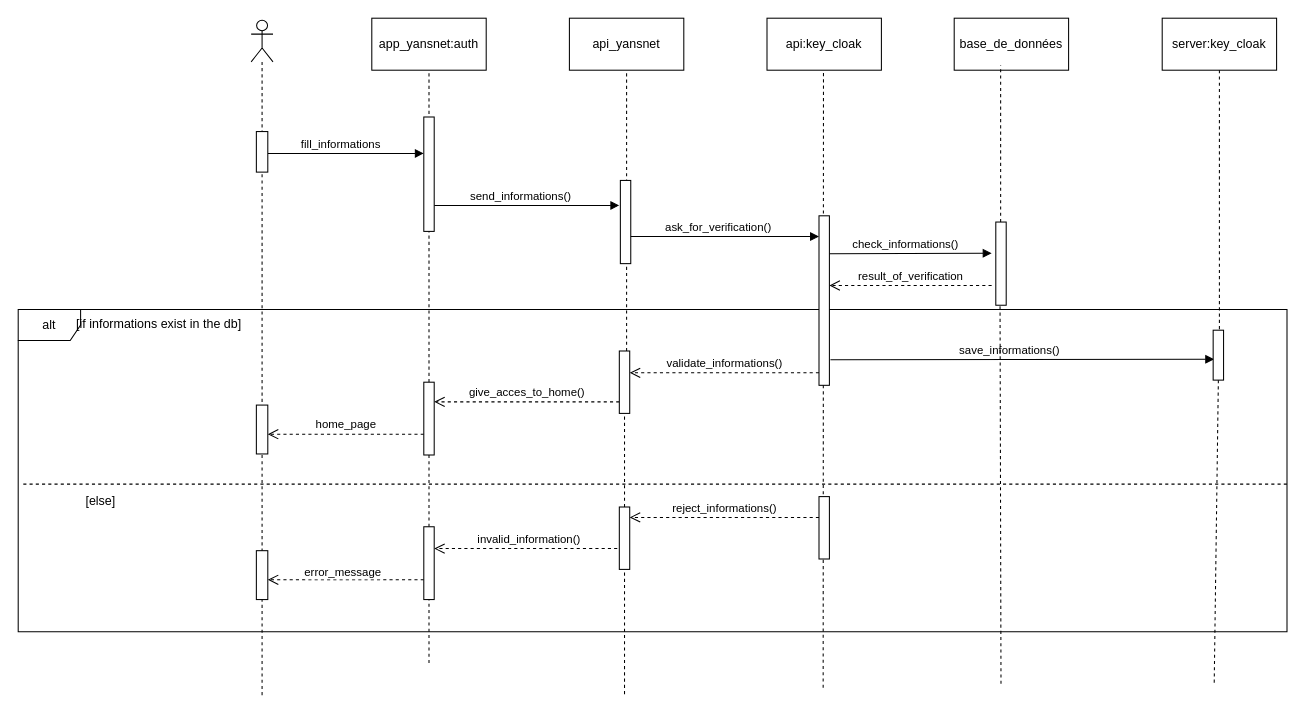
Before: authentification's sequence.drawio in etsia-x-26/yansnet, a draw.io diagram. Source tidied: cells renumbered, new cells numbered last; positions are measured from the earlier drawing's top-left corner, leaving out a move shared by most shapes. Both pictures are drawn from the tidied source at 104%, with x=0, y=0 at pixel (18, 18).
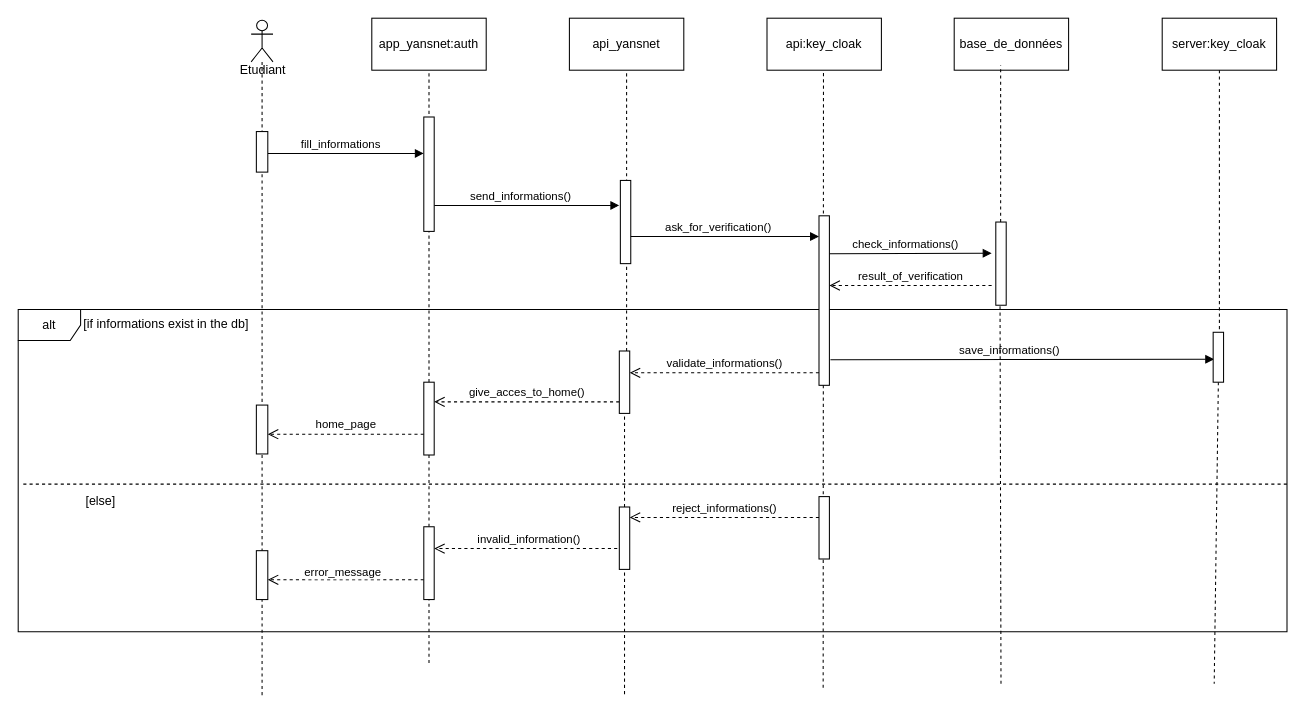
The same page after the edit.

Commit message:
Mettre à jour authentification's sequence.drawio

Diff of the diagram source:
```diff
@@
     <mxCell id="11" value="&lt;font style=&quot;font-size: 12px;&quot;&gt;[if informations exist in the db]&lt;/font&gt;" style="text;html=1;align=center;verticalAlign=middle;strokeColor=none;fillColor=none;" parent="1" vertex="1">
-      <mxGeometry x="45" y="279" width="180" height="30" as="geometry" />
+      <mxGeometry x="52" y="279" width="180" height="30" as="geometry" />
     </mxCell>
@@
-    <mxCell id="24" style="shape=umlLifeline;perimeter=lifelinePerimeter;whiteSpace=wrap;html=1;newEdgeStyle={&quot;curved&quot;:0,&quot;rounded&quot;:0};participant=umlActor;" parent="1" vertex="1">
+    <mxCell id="24" style="shape=umlLifeline;perimeter=lifelinePerimeter;whiteSpace=wrap;html=1;newEdgeStyle={&quot;curved&quot;:0,&quot;rounded&quot;:0};participant=umlActor;strokeColor=#000000;" parent="1" vertex="1">
       <mxGeometry x="224" y="2" width="21" height="650" as="geometry" />
     </mxCell>
@@
     <mxCell id="48" style="html=1;points=[[0,0,0,0,5],[0,1,0,0,-5],[1,0,0,0,5],[1,1,0,0,-5]];perimeter=orthogonalPerimeter;outlineConnect=0;targetShapes=umlLifeline;portConstraint=eastwest;newEdgeStyle={&quot;curved&quot;:0,&quot;rounded&quot;:0};" parent="1" vertex="1">
-      <mxGeometry x="1149" y="300" width="10" height="48" as="geometry" />
+      <mxGeometry x="1149" y="302" width="10" height="48" as="geometry" />
     </mxCell>
+    <mxCell id="49" value="Etudiant" style="text;html=1;align=center;verticalAlign=middle;strokeColor=none;fillColor=none;" parent="1" vertex="1">
+      <mxGeometry x="199.5" y="35" width="70" height="30" as="geometry" />
+    </mxCell>
```
